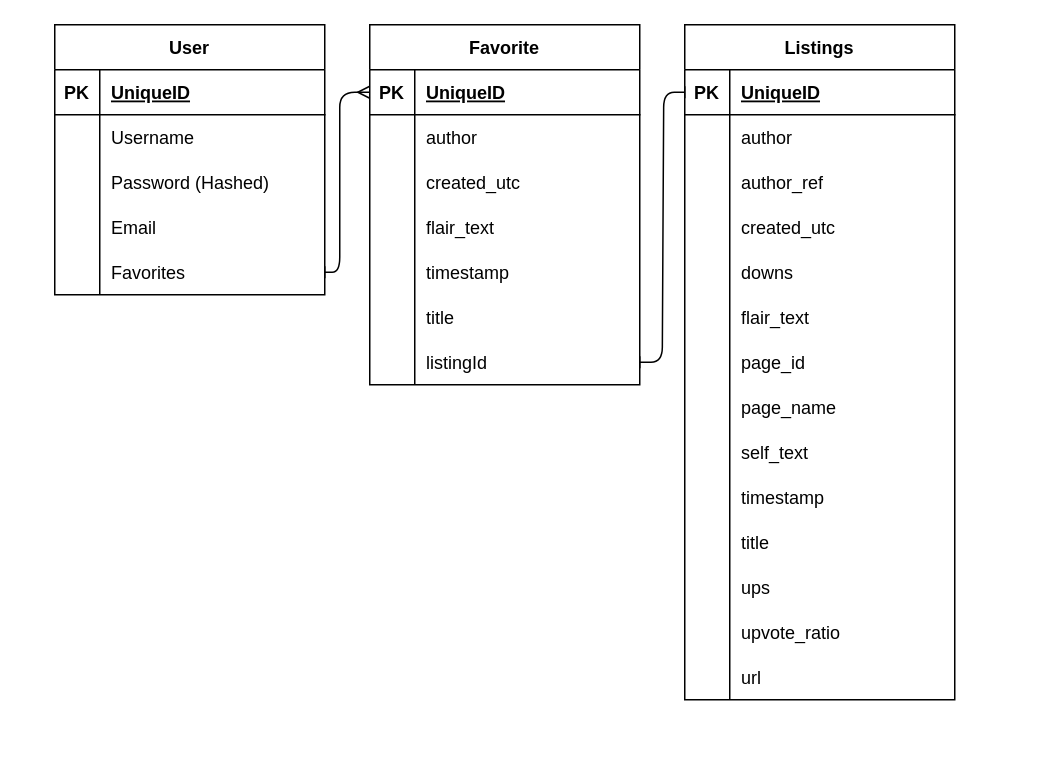
This is ERD.drawio from IanDab47/Global-Keebs, a draw.io file, before an edit. Source tidied: cells renumbered, new cells numbered last; positions are measured from the earlier drawing's top-left corner, leaving out a move shared by most shapes. Both pictures are drawn from the tidied source at 150%, with x=0, y=0 at pixel (54, 24).
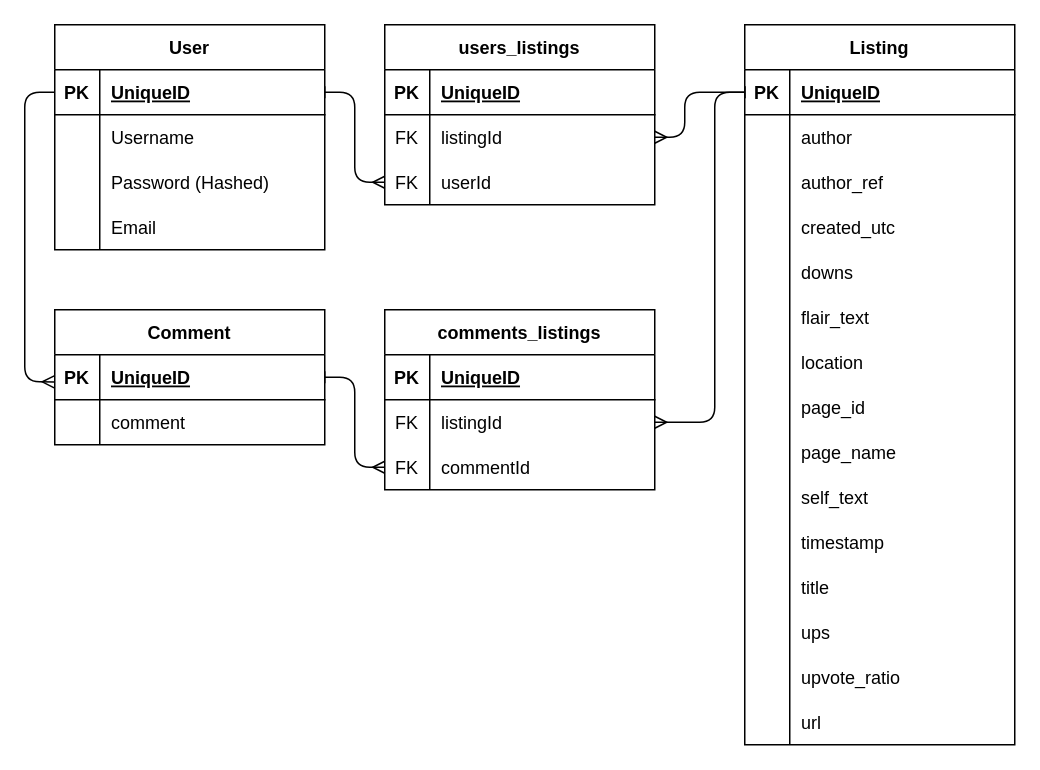
Above is the later version.

The change refers to these unchanged cells:
```xml
<mxCell id="3" style="shape=partialRectangle;fillColor=none;top=0;left=0;bottom=1;right=0;points=[[0,0.5],[1,0.5]];portConstraint=eastwest;" parent="2" vertex="1">
  <mxGeometry y="30" width="180" height="30" as="geometry" />
</mxCell>
<mxCell id="19" style="shape=partialRectangle;fillColor=none;top=0;left=0;bottom=1;right=0;points=[[0,0.5],[1,0.5]];portConstraint=eastwest;" parent="18" vertex="1">
  <mxGeometry y="30" width="180" height="30" as="geometry" />
</mxCell>
```

The edit, as a diff of the source:
```diff
@@
     <mxCell id="2" value="User" style="shape=table;startSize=30;childLayout=tableLayout;rowLines=0;fontStyle=1;align=center;" parent="1" vertex="1">
-      <mxGeometry width="180" height="180" as="geometry" />
+      <mxGeometry width="180" height="150" as="geometry" />
     </mxCell>
@@
-    <mxCell id="15" style="shape=partialRectangle;fillColor=none;top=0;left=0;bottom=0;right=0;points=[[0,0.5],[1,0.5]];portConstraint=eastwest;" parent="2" vertex="1">
-      <mxGeometry y="150" width="180" height="30" as="geometry" />
-    </mxCell>
-    <mxCell id="16" style="shape=partialRectangle;fillColor=none;top=0;left=0;bottom=0;right=0;overflow=hidden;" parent="15" vertex="1">
-      <mxGeometry width="30" height="30" as="geometry" />
-    </mxCell>
-    <mxCell id="17" value="Favorites" style="shape=partialRectangle;fillColor=none;top=0;left=0;bottom=0;right=0;align=left;spacingLeft=6;overflow=hidden;" parent="15" vertex="1">
-      <mxGeometry x="30" width="150" height="30" as="geometry" />
-    </mxCell>
-    <mxCell id="18" value="Listings" style="shape=table;startSize=30;childLayout=tableLayout;rowLines=0;fontStyle=1;align=center;" parent="1" vertex="1">
-      <mxGeometry x="420" width="180" height="450" as="geometry" />
+    <mxCell id="18" value="Listing" style="shape=table;startSize=30;childLayout=tableLayout;rowLines=0;fontStyle=1;align=center;" parent="1" vertex="1">
+      <mxGeometry x="460" width="180" height="480" as="geometry" />
     </mxCell>
@@
+    <mxCell id="80" style="shape=partialRectangle;fillColor=none;top=0;left=0;bottom=0;right=0;points=[[0,0.5],[1,0.5]];portConstraint=eastwest;" parent="18" vertex="1">
+      <mxGeometry y="210" width="180" height="30" as="geometry" />
+    </mxCell>
+    <mxCell id="85" style="shape=partialRectangle;fillColor=none;top=0;left=0;bottom=0;right=0;overflow=hidden;" parent="80" vertex="1">
+      <mxGeometry width="30" height="30" as="geometry" />
+    </mxCell>
+    <mxCell id="86" value="location" style="shape=partialRectangle;fillColor=none;top=0;left=0;bottom=0;right=0;align=left;spacingLeft=6;overflow=hidden;" parent="80" vertex="1">
+      <mxGeometry x="30" width="150" height="30" as="geometry" />
+    </mxCell>
     <mxCell id="37" style="shape=partialRectangle;fillColor=none;top=0;left=0;bottom=0;right=0;" parent="18" vertex="1">
-      <mxGeometry y="210" width="180" height="30" as="geometry" />
+      <mxGeometry y="240" width="180" height="30" as="geometry" />
     </mxCell>
@@
     <mxCell id="40" style="shape=partialRectangle;fillColor=none;top=0;left=0;bottom=0;right=0;" parent="18" vertex="1">
-      <mxGeometry y="240" width="180" height="30" as="geometry" />
+      <mxGeometry y="270" width="180" height="30" as="geometry" />
     </mxCell>
@@
     <mxCell id="43" style="shape=partialRectangle;fillColor=none;top=0;left=0;bottom=0;right=0;" parent="18" vertex="1">
-      <mxGeometry y="270" width="180" height="30" as="geometry" />
+      <mxGeometry y="300" width="180" height="30" as="geometry" />
     </mxCell>
@@
     <mxCell id="46" style="shape=partialRectangle;fillColor=none;top=0;left=0;bottom=0;right=0;" parent="18" vertex="1">
-      <mxGeometry y="300" width="180" height="30" as="geometry" />
+      <mxGeometry y="330" width="180" height="30" as="geometry" />
     </mxCell>
@@
     <mxCell id="49" style="shape=partialRectangle;fillColor=none;top=0;left=0;bottom=0;right=0;" parent="18" vertex="1">
-      <mxGeometry y="330" width="180" height="30" as="geometry" />
+      <mxGeometry y="360" width="180" height="30" as="geometry" />
     </mxCell>
@@
     <mxCell id="52" style="shape=partialRectangle;fillColor=none;top=0;left=0;bottom=0;right=0;" parent="18" vertex="1">
-      <mxGeometry y="360" width="180" height="30" as="geometry" />
+      <mxGeometry y="390" width="180" height="30" as="geometry" />
     </mxCell>
@@
     <mxCell id="55" style="shape=partialRectangle;fillColor=none;top=0;left=0;bottom=0;right=0;" parent="18" vertex="1">
-      <mxGeometry y="390" width="180" height="30" as="geometry" />
+      <mxGeometry y="420" width="180" height="30" as="geometry" />
     </mxCell>
@@
     <mxCell id="58" style="shape=partialRectangle;fillColor=none;top=0;left=0;bottom=0;right=0;" parent="18" vertex="1">
-      <mxGeometry y="420" width="180" height="30" as="geometry" />
+      <mxGeometry y="450" width="180" height="30" as="geometry" />
     </mxCell>
@@
-    <mxCell id="61" value="Favorite" style="shape=table;startSize=30;childLayout=tableLayout;rowLines=0;fontStyle=1;align=center;" parent="1" vertex="1">
-      <mxGeometry x="210" width="180" height="240" as="geometry" />
-    </mxCell>
-    <mxCell id="62" style="shape=partialRectangle;fillColor=none;top=0;left=0;bottom=1;right=0;points=[[0,0.5],[1,0.5]];portConstraint=eastwest;" parent="61" vertex="1">
-      <mxGeometry y="30" width="180" height="30" as="geometry" />
-    </mxCell>
-    <mxCell id="63" value="PK" style="shape=partialRectangle;fillColor=none;top=0;left=0;bottom=0;right=0;fontStyle=1;overflow=hidden;" parent="62" vertex="1">
-      <mxGeometry width="30" height="30" as="geometry" />
-    </mxCell>
-    <mxCell id="64" value="UniqueID" style="shape=partialRectangle;fillColor=none;top=0;left=0;bottom=0;right=0;align=left;spacingLeft=6;fontStyle=5;overflow=hidden;" parent="62" vertex="1">
-      <mxGeometry x="30" width="150" height="30" as="geometry" />
-    </mxCell>
-    <mxCell id="65" style="shape=partialRectangle;fillColor=none;top=0;left=0;bottom=0;right=0;" parent="61" vertex="1">
-      <mxGeometry y="60" width="180" height="30" as="geometry" />
-    </mxCell>
-    <mxCell id="66" style="shape=partialRectangle;fillColor=none;top=0;left=0;bottom=0;right=0;overflow=hidden;" parent="65" vertex="1">
-      <mxGeometry width="30" height="30" as="geometry" />
-    </mxCell>
-    <mxCell id="67" value="author" style="shape=partialRectangle;fillColor=none;top=0;left=0;bottom=0;right=0;align=left;spacingLeft=6;overflow=hidden;" parent="65" vertex="1">
-      <mxGeometry x="30" width="150" height="30" as="geometry" />
-    </mxCell>
-    <mxCell id="68" style="shape=partialRectangle;fillColor=none;top=0;left=0;bottom=0;right=0;" parent="61" vertex="1">
-      <mxGeometry y="90" width="180" height="30" as="geometry" />
-    </mxCell>
-    <mxCell id="69" style="shape=partialRectangle;fillColor=none;top=0;left=0;bottom=0;right=0;overflow=hidden;" parent="68" vertex="1">
-      <mxGeometry width="30" height="30" as="geometry" />
-    </mxCell>
-    <mxCell id="70" value="created_utc" style="shape=partialRectangle;fillColor=none;top=0;left=0;bottom=0;right=0;align=left;spacingLeft=6;overflow=hidden;" parent="68" vertex="1">
-      <mxGeometry x="30" width="150" height="30" as="geometry" />
-    </mxCell>
-    <mxCell id="71" style="shape=partialRectangle;fillColor=none;top=0;left=0;bottom=0;right=0;" parent="61" vertex="1">
-      <mxGeometry y="120" width="180" height="30" as="geometry" />
-    </mxCell>
-    <mxCell id="72" style="shape=partialRectangle;fillColor=none;top=0;left=0;bottom=0;right=0;overflow=hidden;" parent="71" vertex="1">
-      <mxGeometry width="30" height="30" as="geometry" />
-    </mxCell>
-    <mxCell id="73" value="flair_text" style="shape=partialRectangle;fillColor=none;top=0;left=0;bottom=0;right=0;align=left;spacingLeft=6;overflow=hidden;" parent="71" vertex="1">
-      <mxGeometry x="30" width="150" height="30" as="geometry" />
-    </mxCell>
-    <mxCell id="74" style="shape=partialRectangle;fillColor=none;top=0;left=0;bottom=0;right=0;" parent="61" vertex="1">
-      <mxGeometry y="150" width="180" height="30" as="geometry" />
-    </mxCell>
-    <mxCell id="75" style="shape=partialRectangle;fillColor=none;top=0;left=0;bottom=0;right=0;overflow=hidden;" parent="74" vertex="1">
-      <mxGeometry width="30" height="30" as="geometry" />
-    </mxCell>
-    <mxCell id="76" value="timestamp" style="shape=partialRectangle;fillColor=none;top=0;left=0;bottom=0;right=0;align=left;spacingLeft=6;overflow=hidden;" parent="74" vertex="1">
-      <mxGeometry x="30" width="150" height="30" as="geometry" />
-    </mxCell>
-    <mxCell id="77" style="shape=partialRectangle;fillColor=none;top=0;left=0;bottom=0;right=0;" parent="61" vertex="1">
-      <mxGeometry y="180" width="180" height="30" as="geometry" />
-    </mxCell>
-    <mxCell id="78" style="shape=partialRectangle;fillColor=none;top=0;left=0;bottom=0;right=0;overflow=hidden;" parent="77" vertex="1">
-      <mxGeometry width="30" height="30" as="geometry" />
-    </mxCell>
-    <mxCell id="79" value="title" style="shape=partialRectangle;fillColor=none;top=0;left=0;bottom=0;right=0;align=left;spacingLeft=6;overflow=hidden;" parent="77" vertex="1">
-      <mxGeometry x="30" width="150" height="30" as="geometry" />
-    </mxCell>
-    <mxCell id="80" style="shape=partialRectangle;fillColor=none;top=0;left=0;bottom=0;right=0;points=[[0,0.5],[1,0.5]];portConstraint=eastwest;" parent="61" vertex="1">
-      <mxGeometry y="210" width="180" height="30" as="geometry" />
-    </mxCell>
-    <mxCell id="81" style="shape=partialRectangle;fillColor=none;top=0;left=0;bottom=0;right=0;overflow=hidden;" parent="80" vertex="1">
-      <mxGeometry width="30" height="30" as="geometry" />
-    </mxCell>
-    <mxCell id="82" value="listingId" style="shape=partialRectangle;fillColor=none;top=0;left=0;bottom=0;right=0;align=left;spacingLeft=6;overflow=hidden;" parent="80" vertex="1">
-      <mxGeometry x="30" width="150" height="30" as="geometry" />
-    </mxCell>
-    <mxCell id="83" style="edgeStyle=none;html=1;exitX=0;exitY=0.5;exitDx=0;exitDy=0;entryX=1;entryY=0.5;entryDx=0;entryDy=0;startArrow=ERmany;startFill=0;endArrow=baseDash;endFill=0;" parent="1" edge="1" source="62" target="15">
-      <mxGeometry relative="1" as="geometry">
-        <Array as="points">
-          <mxPoint x="190" y="45" />
-          <mxPoint x="190" y="165" />
-        </Array>
-      </mxGeometry>
-    </mxCell>
-    <mxCell id="84" style="edgeStyle=none;html=1;exitX=1;exitY=0.5;exitDx=0;exitDy=0;startArrow=baseDash;startFill=0;endArrow=baseDash;endFill=0;entryX=0;entryY=0.5;entryDx=0;entryDy=0;" parent="1" edge="1" source="80" target="19">
+    <mxCell id="84" style="edgeStyle=none;html=1;exitX=1;exitY=0.5;exitDx=0;exitDy=0;startArrow=baseDash;startFill=0;endArrow=baseDash;endFill=0;entryX=0;entryY=0.5;entryDx=0;entryDy=0;" parent="1" edge="1" target="19">
       <mxGeometry relative="1" as="geometry">
         <Array as="points">
-          <mxPoint x="405" y="225" />
-          <mxPoint x="406" y="45" />
+          <mxPoint x="200" y="465" />
+          <mxPoint x="200" y="45" />
         </Array>
       </mxGeometry>
     </mxCell>
+    <mxCell id="87" value="Comment" style="shape=table;startSize=30;childLayout=tableLayout;rowLines=0;fontStyle=1;align=center;" parent="1" vertex="1">
+      <mxGeometry y="190" width="180" height="90" as="geometry" />
+    </mxCell>
+    <mxCell id="88" style="shape=partialRectangle;fillColor=none;top=0;left=0;bottom=1;right=0;points=[[0,0.5],[1,0.5]];portConstraint=eastwest;" parent="87" vertex="1">
+      <mxGeometry y="30" width="180" height="30" as="geometry" />
+    </mxCell>
+    <mxCell id="89" value="PK" style="shape=partialRectangle;fillColor=none;top=0;left=0;bottom=0;right=0;fontStyle=1;overflow=hidden;" parent="88" vertex="1">
+      <mxGeometry width="30" height="30" as="geometry" />
+    </mxCell>
+    <mxCell id="90" value="UniqueID" style="shape=partialRectangle;fillColor=none;top=0;left=0;bottom=0;right=0;align=left;spacingLeft=6;fontStyle=5;overflow=hidden;" parent="88" vertex="1">
+      <mxGeometry x="30" width="150" height="30" as="geometry" />
+    </mxCell>
+    <mxCell id="91" style="shape=partialRectangle;fillColor=none;top=0;left=0;bottom=0;right=0;" parent="87" vertex="1">
+      <mxGeometry y="60" width="180" height="30" as="geometry" />
+    </mxCell>
+    <mxCell id="92" style="shape=partialRectangle;fillColor=none;top=0;left=0;bottom=0;right=0;overflow=hidden;" parent="91" vertex="1">
+      <mxGeometry width="30" height="30" as="geometry" />
+    </mxCell>
+    <mxCell id="93" value="comment" style="shape=partialRectangle;fillColor=none;top=0;left=0;bottom=0;right=0;align=left;spacingLeft=6;overflow=hidden;" parent="91" vertex="1">
+      <mxGeometry x="30" width="150" height="30" as="geometry" />
+    </mxCell>
+    <mxCell id="94" style="edgeStyle=none;html=1;exitX=0;exitY=0.5;exitDx=0;exitDy=0;entryX=-0.002;entryY=0.604;entryDx=0;entryDy=0;entryPerimeter=0;endArrow=ERmany;endFill=0;" parent="1" edge="1" source="3" target="88">
+      <mxGeometry relative="1" as="geometry">
+        <Array as="points">
+          <mxPoint x="-20" y="45" />
+          <mxPoint x="-20" y="238" />
+        </Array>
+      </mxGeometry>
+    </mxCell>
+    <mxCell id="95" value="users_listings" style="shape=table;startSize=30;childLayout=tableLayout;rowLines=0;fontStyle=1;align=center;" parent="1" vertex="1">
+      <mxGeometry x="220" width="180" height="120" as="geometry" />
+    </mxCell>
+    <mxCell id="96" style="shape=partialRectangle;fillColor=none;top=0;left=0;bottom=1;right=0;" parent="95" vertex="1">
+      <mxGeometry y="30" width="180" height="30" as="geometry" />
+    </mxCell>
+    <mxCell id="97" value="PK" style="shape=partialRectangle;fillColor=none;top=0;left=0;bottom=0;right=0;fontStyle=1;overflow=hidden;" parent="96" vertex="1">
+      <mxGeometry width="30" height="30" as="geometry" />
+    </mxCell>
+    <mxCell id="98" value="UniqueID" style="shape=partialRectangle;fillColor=none;top=0;left=0;bottom=0;right=0;align=left;spacingLeft=6;fontStyle=5;overflow=hidden;" parent="96" vertex="1">
+      <mxGeometry x="30" width="150" height="30" as="geometry" />
+    </mxCell>
+    <mxCell id="99" style="shape=partialRectangle;fillColor=none;top=0;left=0;bottom=0;right=0;points=[[0,0.5],[1,0.5]];portConstraint=eastwest;" parent="95" vertex="1">
+      <mxGeometry y="60" width="180" height="30" as="geometry" />
+    </mxCell>
+    <mxCell id="100" value="FK" style="shape=partialRectangle;fillColor=none;top=0;left=0;bottom=0;right=0;overflow=hidden;" parent="99" vertex="1">
+      <mxGeometry width="30" height="30" as="geometry" />
+    </mxCell>
+    <mxCell id="101" value="listingId" style="shape=partialRectangle;fillColor=none;top=0;left=0;bottom=0;right=0;align=left;spacingLeft=6;overflow=hidden;" parent="99" vertex="1">
+      <mxGeometry x="30" width="150" height="30" as="geometry" />
+    </mxCell>
+    <mxCell id="102" style="shape=partialRectangle;fillColor=none;top=0;left=0;bottom=0;right=0;points=[[0,0.5],[1,0.5]];portConstraint=eastwest;" parent="95" vertex="1">
+      <mxGeometry y="90" width="180" height="30" as="geometry" />
+    </mxCell>
+    <mxCell id="103" value="FK" style="shape=partialRectangle;fillColor=none;top=0;left=0;bottom=0;right=0;overflow=hidden;" parent="102" vertex="1">
+      <mxGeometry width="30" height="30" as="geometry" />
+    </mxCell>
+    <mxCell id="104" value="userId" style="shape=partialRectangle;fillColor=none;top=0;left=0;bottom=0;right=0;align=left;spacingLeft=6;overflow=hidden;" parent="102" vertex="1">
+      <mxGeometry x="30" width="150" height="30" as="geometry" />
+    </mxCell>
+    <mxCell id="105" value="comments_listings" style="shape=table;startSize=30;childLayout=tableLayout;rowLines=0;fontStyle=1;align=center;" parent="1" vertex="1">
+      <mxGeometry x="220" y="190" width="180" height="120" as="geometry" />
+    </mxCell>
+    <mxCell id="106" style="shape=partialRectangle;fillColor=none;top=0;left=0;bottom=1;right=0;" parent="105" vertex="1">
+      <mxGeometry y="30" width="180" height="30" as="geometry" />
+    </mxCell>
+    <mxCell id="107" value="PK" style="shape=partialRectangle;fillColor=none;top=0;left=0;bottom=0;right=0;fontStyle=1;overflow=hidden;" parent="106" vertex="1">
+      <mxGeometry width="30" height="30" as="geometry" />
+    </mxCell>
+    <mxCell id="108" value="UniqueID" style="shape=partialRectangle;fillColor=none;top=0;left=0;bottom=0;right=0;align=left;spacingLeft=6;fontStyle=5;overflow=hidden;" parent="106" vertex="1">
+      <mxGeometry x="30" width="150" height="30" as="geometry" />
+    </mxCell>
+    <mxCell id="109" style="shape=partialRectangle;fillColor=none;top=0;left=0;bottom=0;right=0;points=[[0,0.5],[1,0.5]];portConstraint=eastwest;" parent="105" vertex="1">
+      <mxGeometry y="60" width="180" height="30" as="geometry" />
+    </mxCell>
+    <mxCell id="110" value="FK" style="shape=partialRectangle;fillColor=none;top=0;left=0;bottom=0;right=0;overflow=hidden;" parent="109" vertex="1">
+      <mxGeometry width="30" height="30" as="geometry" />
+    </mxCell>
+    <mxCell id="111" value="listingId" style="shape=partialRectangle;fillColor=none;top=0;left=0;bottom=0;right=0;align=left;spacingLeft=6;overflow=hidden;" parent="109" vertex="1">
+      <mxGeometry x="30" width="150" height="30" as="geometry" />
+    </mxCell>
+    <mxCell id="112" style="shape=partialRectangle;fillColor=none;top=0;left=0;bottom=0;right=0;points=[[0,0.5],[1,0.5]];portConstraint=eastwest;" parent="105" vertex="1">
+      <mxGeometry y="90" width="180" height="30" as="geometry" />
+    </mxCell>
+    <mxCell id="113" value="FK" style="shape=partialRectangle;fillColor=none;top=0;left=0;bottom=0;right=0;overflow=hidden;" parent="112" vertex="1">
+      <mxGeometry width="30" height="30" as="geometry" />
+    </mxCell>
+    <mxCell id="114" value="commentId" style="shape=partialRectangle;fillColor=none;top=0;left=0;bottom=0;right=0;align=left;spacingLeft=6;overflow=hidden;" parent="112" vertex="1">
+      <mxGeometry x="30" width="150" height="30" as="geometry" />
+    </mxCell>
+    <mxCell id="115" style="edgeStyle=none;html=1;exitX=1;exitY=0.5;exitDx=0;exitDy=0;entryX=0;entryY=0.5;entryDx=0;entryDy=0;endArrow=ERmany;endFill=0;startArrow=baseDash;startFill=0;" parent="1" edge="1" source="3" target="102">
+      <mxGeometry relative="1" as="geometry">
+        <Array as="points">
+          <mxPoint x="200" y="45" />
+          <mxPoint x="200" y="105" />
+        </Array>
+      </mxGeometry>
+    </mxCell>
+    <mxCell id="116" style="edgeStyle=none;html=1;exitX=0;exitY=0.5;exitDx=0;exitDy=0;entryX=1;entryY=0.5;entryDx=0;entryDy=0;endArrow=baseDash;endFill=0;startArrow=ERmany;startFill=0;" parent="1" edge="1" source="112" target="88">
+      <mxGeometry relative="1" as="geometry">
+        <Array as="points">
+          <mxPoint x="200" y="295" />
+          <mxPoint x="200" y="235" />
+        </Array>
+      </mxGeometry>
+    </mxCell>
+    <mxCell id="117" style="edgeStyle=none;html=1;entryX=1;entryY=0.5;entryDx=0;entryDy=0;startArrow=baseDash;startFill=0;endArrow=ERmany;endFill=0;" parent="1" edge="1" target="109">
+      <mxGeometry relative="1" as="geometry">
+        <mxPoint x="460" y="45" as="sourcePoint" />
+        <Array as="points">
+          <mxPoint x="440" y="45" />
+          <mxPoint x="440" y="265" />
+        </Array>
+      </mxGeometry>
+    </mxCell>
+    <mxCell id="118" style="edgeStyle=none;html=1;exitX=0;exitY=0.5;exitDx=0;exitDy=0;entryX=1;entryY=0.5;entryDx=0;entryDy=0;startArrow=baseDash;startFill=0;endArrow=ERmany;endFill=0;" parent="1" edge="1" source="19" target="99">
+      <mxGeometry relative="1" as="geometry">
+        <Array as="points">
+          <mxPoint x="420" y="45" />
+          <mxPoint x="420" y="75" />
+        </Array>
+      </mxGeometry>
+    </mxCell>
```
